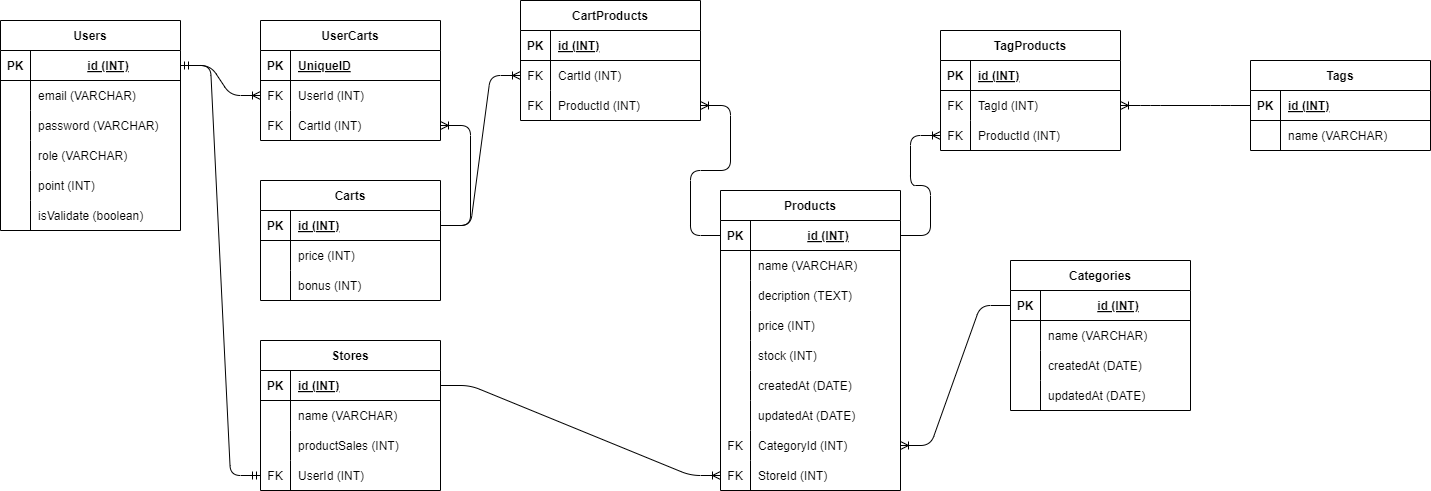
This is headBang.drawio.png from FauzhanWahyudi/HeadBang, a draw.io export, as it was before one commit. Source tidied: cells renumbered, new cells last; positions are measured from the earlier drawing's top-left corner, leaving out a move shared by most shapes.
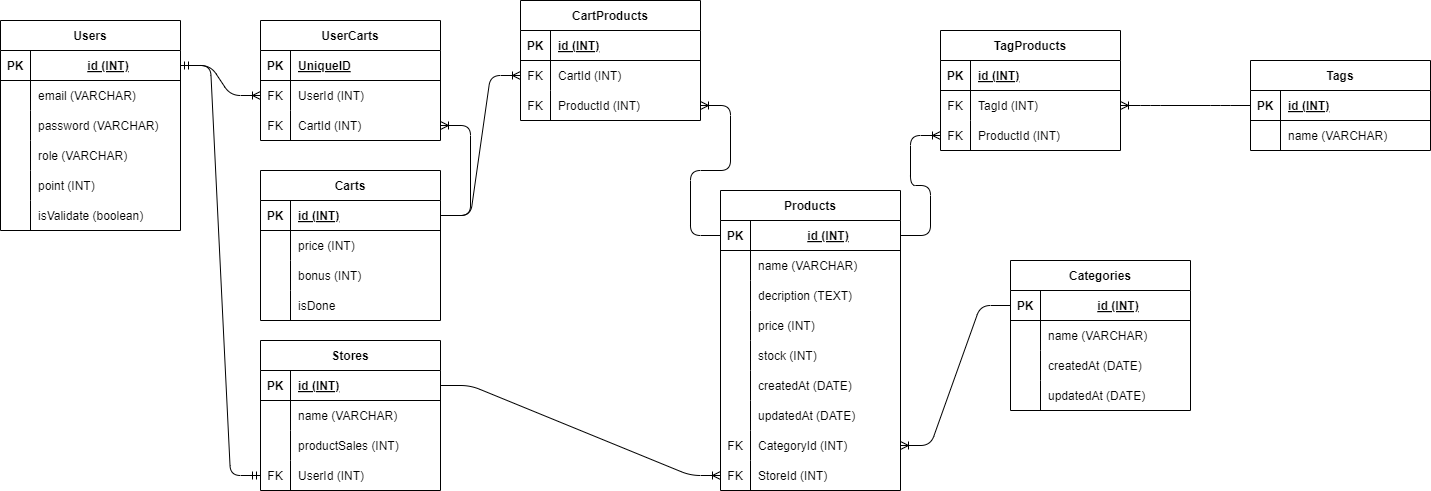
Above is the later version.

What changed in the source:
```diff
@@ -186,7 +186,7 @@
       <mxGeometry relative="1" as="geometry" />
     </mxCell>
     <mxCell id="63" value="Carts" style="shape=table;startSize=30;rowLines=0;fontStyle=1;align=center;" parent="1" vertex="1">
-      <mxGeometry x="260" y="180" width="180" height="120" as="geometry" />
+      <mxGeometry x="260" y="170" width="180" height="150" as="geometry" />
     </mxCell>
     <mxCell id="64" style="shape=tableRow;horizontal=0;startSize=0;swimlaneHead=0;swimlaneBody=0;fillColor=none;points=[[0,0.5],[1,0.5]];portConstraint=eastwest;top=0;left=0;right=0;bottom=1;" parent="63" vertex="1">
       <mxGeometry y="30" width="180" height="30" as="geometry" />
@@ -215,6 +215,15 @@
     <mxCell id="72" value="bonus (INT)" style="shape=partialRectangle;fillColor=none;top=0;left=0;bottom=0;right=0;align=left;spacingLeft=6;overflow=hidden;" parent="70" vertex="1">
       <mxGeometry x="30" width="150" height="30" as="geometry" />
     </mxCell>
+    <mxCell id="131" style="shape=tableRow;horizontal=0;startSize=0;swimlaneHead=0;swimlaneBody=0;fillColor=none;top=0;left=0;right=0;bottom=0;" parent="63" vertex="1">
+      <mxGeometry y="120" width="180" height="30" as="geometry" />
+    </mxCell>
+    <mxCell id="132" style="shape=partialRectangle;fillColor=none;top=0;left=0;bottom=0;right=0;overflow=hidden;" parent="131" vertex="1">
+      <mxGeometry width="30" height="30" as="geometry" />
+    </mxCell>
+    <mxCell id="133" value="isDone" style="shape=partialRectangle;fillColor=none;top=0;left=0;bottom=0;right=0;align=left;spacingLeft=6;overflow=hidden;" parent="131" vertex="1">
+      <mxGeometry x="30" width="150" height="30" as="geometry" />
+    </mxCell>
     <mxCell id="73" value="Tags" style="shape=table;startSize=30;rowLines=0;fontStyle=1;align=center;" parent="1" vertex="1">
       <mxGeometry x="1250" y="60" width="180" height="90" as="geometry" />
     </mxCell>
```
